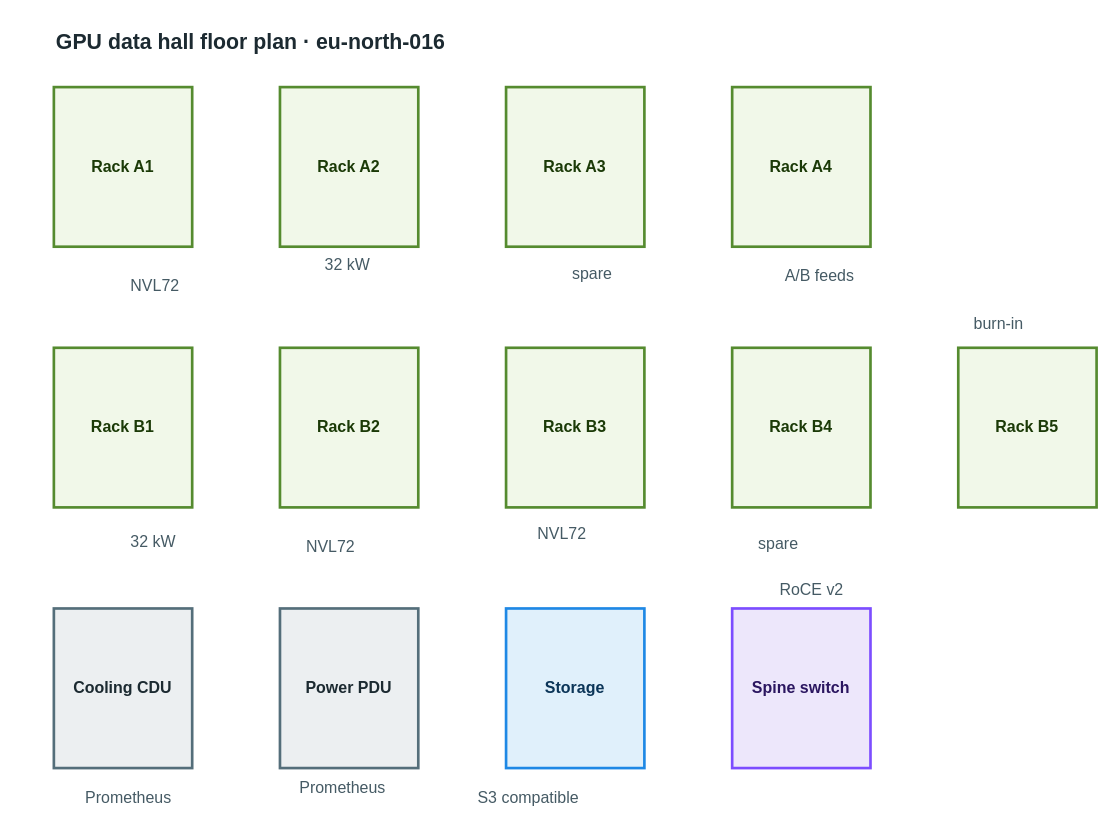
AryanG01/open-apprentice keeps this draw.io diagram as apps/web/public/samples/library/016-gpu-data-hall-floor-plan.drawio. Above is the earlier version. Source tidied: cells renumbered, new cells numbered last; positions are measured from the earlier drawing's top-left corner, leaving out a move shared by most shapes. Both pictures are drawn from the tidied source at 133%, with x=0, y=0 at pixel (53, 23).
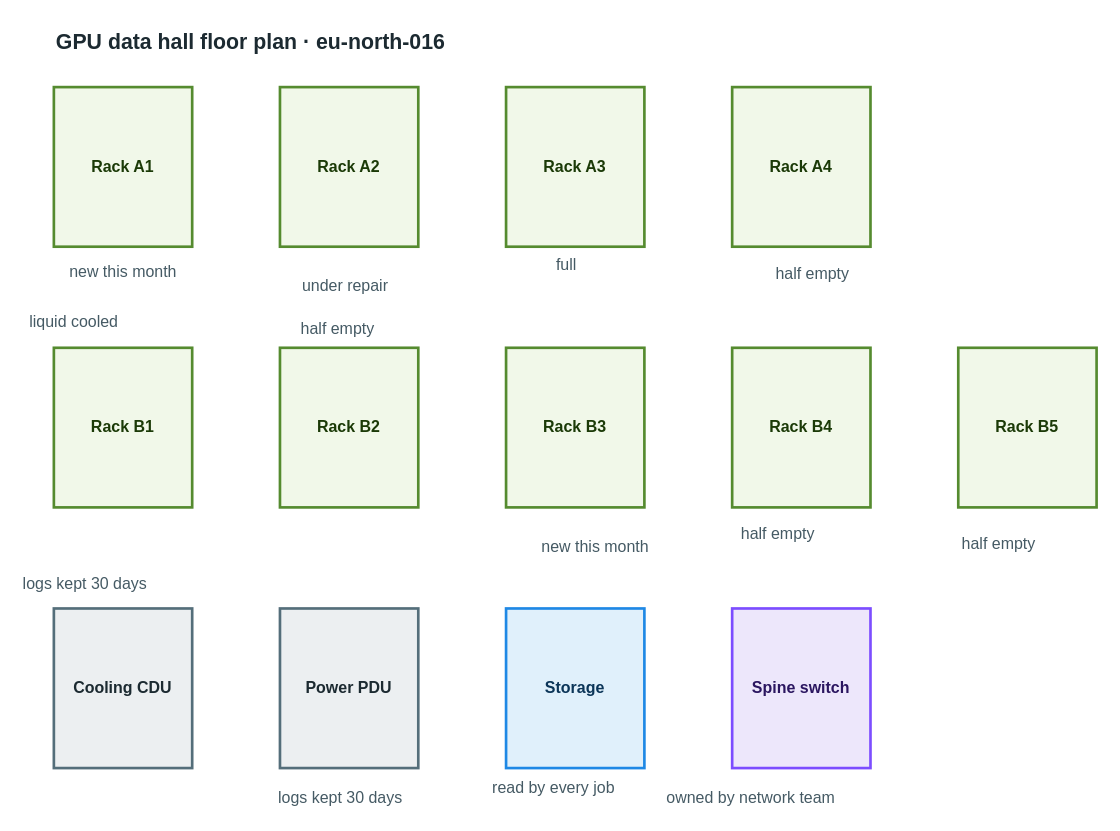
The same page after the edit.

Change to the diagram source:
```diff
@@
-    <mxCell id="16" value="NVL72" style="text;html=1;align=left;verticalAlign=top;whiteSpace=nowrap;spacing=0;spacingTop=0;strokeColor=none;fillColor=none;fontSize=12;fontColor=#455a64;" parent="1" vertex="1">
-      <mxGeometry x="58" y="186" width="47" height="20" as="geometry" />
+    <mxCell id="16" value="new this month" style="text;html=1;align=left;verticalAlign=top;whiteSpace=nowrap;spacing=0;spacingTop=0;strokeColor=none;fillColor=none;fontSize=12;fontColor=#455a64;" parent="1" vertex="1">
+      <mxGeometry x="12" y="175" width="110" height="20" as="geometry" />
     </mxCell>
-    <mxCell id="17" value="32 kW" style="text;html=1;align=left;verticalAlign=top;whiteSpace=nowrap;spacing=0;spacingTop=0;strokeColor=none;fillColor=none;fontSize=12;fontColor=#455a64;" parent="1" vertex="1">
-      <mxGeometry x="204" y="170" width="47" height="20" as="geometry" />
+    <mxCell id="17" value="under repair" style="text;html=1;align=left;verticalAlign=top;whiteSpace=nowrap;spacing=0;spacingTop=0;strokeColor=none;fillColor=none;fontSize=12;fontColor=#455a64;" parent="1" vertex="1">
+      <mxGeometry x="187" y="186" width="96" height="20" as="geometry" />
     </mxCell>
-    <mxCell id="18" value="spare" style="text;html=1;align=left;verticalAlign=top;whiteSpace=nowrap;spacing=0;spacingTop=0;strokeColor=none;fillColor=none;fontSize=12;fontColor=#455a64;" parent="1" vertex="1">
-      <mxGeometry x="390" y="177" width="47" height="20" as="geometry" />
+    <mxCell id="18" value="full" style="text;html=1;align=left;verticalAlign=top;whiteSpace=nowrap;spacing=0;spacingTop=0;strokeColor=none;fillColor=none;fontSize=12;fontColor=#455a64;" parent="1" vertex="1">
+      <mxGeometry x="378" y="170" width="40" height="20" as="geometry" />
     </mxCell>
-    <mxCell id="19" value="A/B feeds" style="text;html=1;align=left;verticalAlign=top;whiteSpace=nowrap;spacing=0;spacingTop=0;strokeColor=none;fillColor=none;fontSize=12;fontColor=#455a64;" parent="1" vertex="1">
-      <mxGeometry x="550" y="178" width="75" height="20" as="geometry" />
+    <mxCell id="19" value="half empty" style="text;html=1;align=left;verticalAlign=top;whiteSpace=nowrap;spacing=0;spacingTop=0;strokeColor=none;fillColor=none;fontSize=12;fontColor=#455a64;" parent="1" vertex="1">
+      <mxGeometry x="543" y="177" width="82" height="20" as="geometry" />
     </mxCell>
-    <mxCell id="20" value="32 kW" style="text;html=1;align=left;verticalAlign=top;whiteSpace=nowrap;spacing=0;spacingTop=0;strokeColor=none;fillColor=none;fontSize=12;fontColor=#455a64;" parent="1" vertex="1">
-      <mxGeometry x="58" y="378" width="47" height="20" as="geometry" />
+    <mxCell id="20" value="liquid cooled" style="text;html=1;align=left;verticalAlign=top;whiteSpace=nowrap;spacing=0;spacingTop=0;strokeColor=none;fillColor=none;fontSize=12;fontColor=#455a64;" parent="1" vertex="1">
+      <mxGeometry x="-18" y="213" width="103" height="20" as="geometry" />
     </mxCell>
-    <mxCell id="21" value="NVL72" style="text;html=1;align=left;verticalAlign=top;whiteSpace=nowrap;spacing=0;spacingTop=0;strokeColor=none;fillColor=none;fontSize=12;fontColor=#455a64;" parent="1" vertex="1">
-      <mxGeometry x="190" y="382" width="47" height="20" as="geometry" />
+    <mxCell id="21" value="half empty" style="text;html=1;align=left;verticalAlign=top;whiteSpace=nowrap;spacing=0;spacingTop=0;strokeColor=none;fillColor=none;fontSize=12;fontColor=#455a64;" parent="1" vertex="1">
+      <mxGeometry x="186" y="218" width="82" height="20" as="geometry" />
     </mxCell>
-    <mxCell id="22" value="NVL72" style="text;html=1;align=left;verticalAlign=top;whiteSpace=nowrap;spacing=0;spacingTop=0;strokeColor=none;fillColor=none;fontSize=12;fontColor=#455a64;" parent="1" vertex="1">
-      <mxGeometry x="364" y="372" width="47" height="20" as="geometry" />
+    <mxCell id="22" value="new this month" style="text;html=1;align=left;verticalAlign=top;whiteSpace=nowrap;spacing=0;spacingTop=0;strokeColor=none;fillColor=none;fontSize=12;fontColor=#455a64;" parent="1" vertex="1">
+      <mxGeometry x="367" y="382" width="110" height="20" as="geometry" />
     </mxCell>
-    <mxCell id="23" value="spare" style="text;html=1;align=left;verticalAlign=top;whiteSpace=nowrap;spacing=0;spacingTop=0;strokeColor=none;fillColor=none;fontSize=12;fontColor=#455a64;" parent="1" vertex="1">
-      <mxGeometry x="530" y="380" width="47" height="20" as="geometry" />
+    <mxCell id="23" value="half empty" style="text;html=1;align=left;verticalAlign=top;whiteSpace=nowrap;spacing=0;spacingTop=0;strokeColor=none;fillColor=none;fontSize=12;fontColor=#455a64;" parent="1" vertex="1">
+      <mxGeometry x="517" y="372" width="82" height="20" as="geometry" />
     </mxCell>
-    <mxCell id="24" value="burn-in" style="text;html=1;align=left;verticalAlign=top;whiteSpace=nowrap;spacing=0;spacingTop=0;strokeColor=none;fillColor=none;fontSize=12;fontColor=#455a64;" parent="1" vertex="1">
-      <mxGeometry x="692" y="214" width="61" height="20" as="geometry" />
+    <mxCell id="24" value="half empty" style="text;html=1;align=left;verticalAlign=top;whiteSpace=nowrap;spacing=0;spacingTop=0;strokeColor=none;fillColor=none;fontSize=12;fontColor=#455a64;" parent="1" vertex="1">
+      <mxGeometry x="683" y="380" width="82" height="20" as="geometry" />
     </mxCell>
-    <mxCell id="25" value="Prometheus" style="text;html=1;align=left;verticalAlign=top;whiteSpace=nowrap;spacing=0;spacingTop=0;strokeColor=none;fillColor=none;fontSize=12;fontColor=#455a64;" parent="1" vertex="1">
-      <mxGeometry x="24" y="571" width="82" height="20" as="geometry" />
+    <mxCell id="25" value="logs kept 30 days" style="text;html=1;align=left;verticalAlign=top;whiteSpace=nowrap;spacing=0;spacingTop=0;strokeColor=none;fillColor=none;fontSize=12;fontColor=#455a64;" parent="1" vertex="1">
+      <mxGeometry x="-23" y="410" width="131" height="20" as="geometry" />
     </mxCell>
-    <mxCell id="26" value="Prometheus" style="text;html=1;align=left;verticalAlign=top;whiteSpace=nowrap;spacing=0;spacingTop=0;strokeColor=none;fillColor=none;fontSize=12;fontColor=#455a64;" parent="1" vertex="1">
-      <mxGeometry x="185" y="563" width="82" height="20" as="geometry" />
+    <mxCell id="26" value="logs kept 30 days" style="text;html=1;align=left;verticalAlign=top;whiteSpace=nowrap;spacing=0;spacingTop=0;strokeColor=none;fillColor=none;fontSize=12;fontColor=#455a64;" parent="1" vertex="1">
+      <mxGeometry x="169" y="571" width="131" height="20" as="geometry" />
     </mxCell>
-    <mxCell id="27" value="S3 compatible" style="text;html=1;align=left;verticalAlign=top;whiteSpace=nowrap;spacing=0;spacingTop=0;strokeColor=none;fillColor=none;fontSize=12;fontColor=#455a64;" parent="1" vertex="1">
-      <mxGeometry x="319" y="571" width="103" height="20" as="geometry" />
+    <mxCell id="27" value="read by every job" style="text;html=1;align=left;verticalAlign=top;whiteSpace=nowrap;spacing=0;spacingTop=0;strokeColor=none;fillColor=none;fontSize=12;fontColor=#455a64;" parent="1" vertex="1">
+      <mxGeometry x="330" y="563" width="131" height="20" as="geometry" />
     </mxCell>
-    <mxCell id="28" value="RoCE v2" style="text;html=1;align=left;verticalAlign=top;whiteSpace=nowrap;spacing=0;spacingTop=0;strokeColor=none;fillColor=none;fontSize=12;fontColor=#455a64;" parent="1" vertex="1">
-      <mxGeometry x="546" y="414" width="61" height="20" as="geometry" />
+    <mxCell id="28" value="owned by network team" style="text;html=1;align=left;verticalAlign=top;whiteSpace=nowrap;spacing=0;spacingTop=0;strokeColor=none;fillColor=none;fontSize=12;fontColor=#455a64;" parent="1" vertex="1">
+      <mxGeometry x="461" y="571" width="159" height="20" as="geometry" />
     </mxCell>
```
